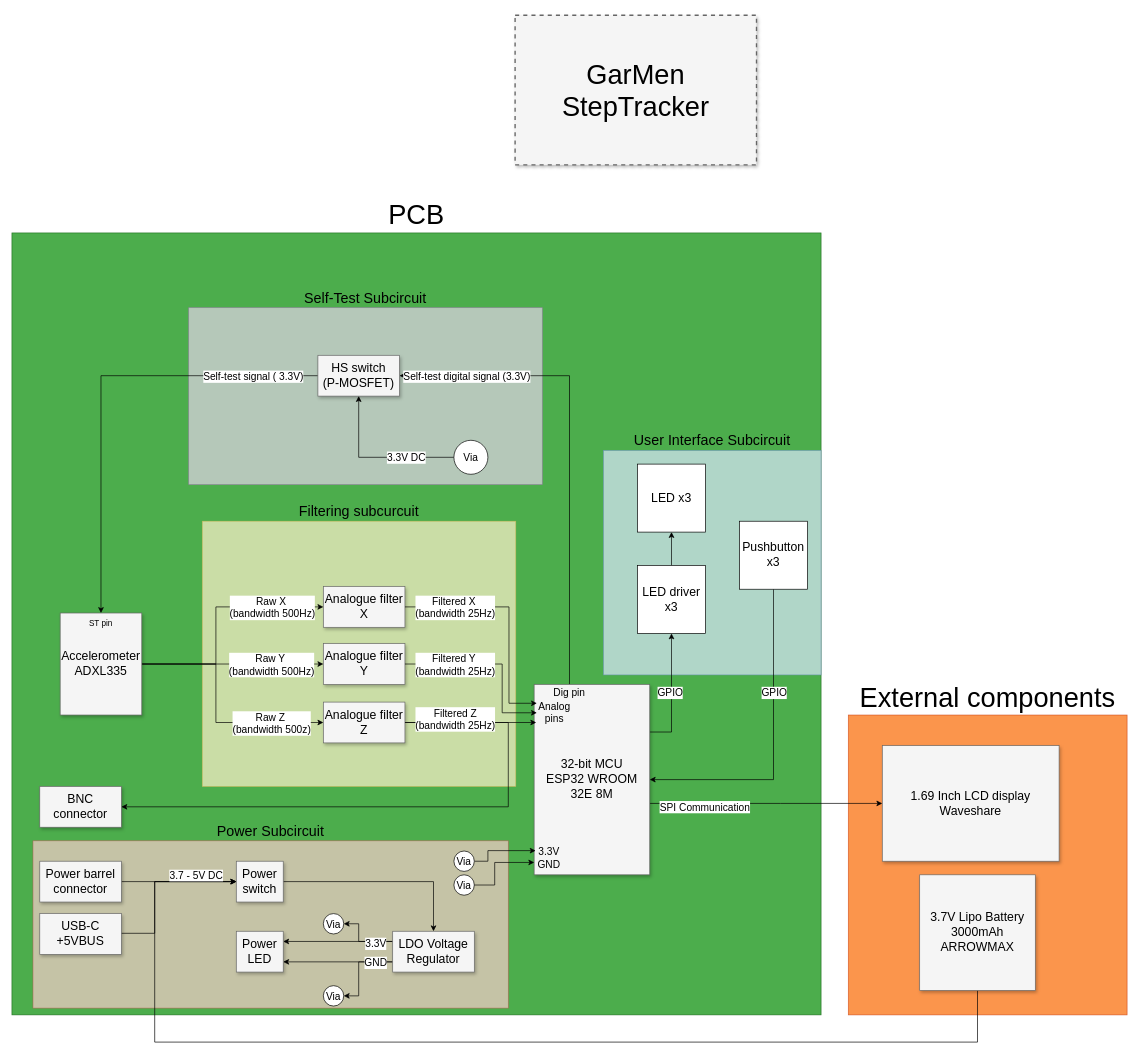
LazarevMike/GarMen_StepTracker keeps this draw.io diagram as Diagrams/GarMen Block Diagram Chip.drawio. Above is the earlier version. Source tidied: cells renumbered, new cells numbered last; positions are measured from the earlier drawing's top-left corner, leaving out a move shared by most shapes. Both pictures are drawn from the tidied source at 68%, with x=0, y=0 at pixel (12, 15).
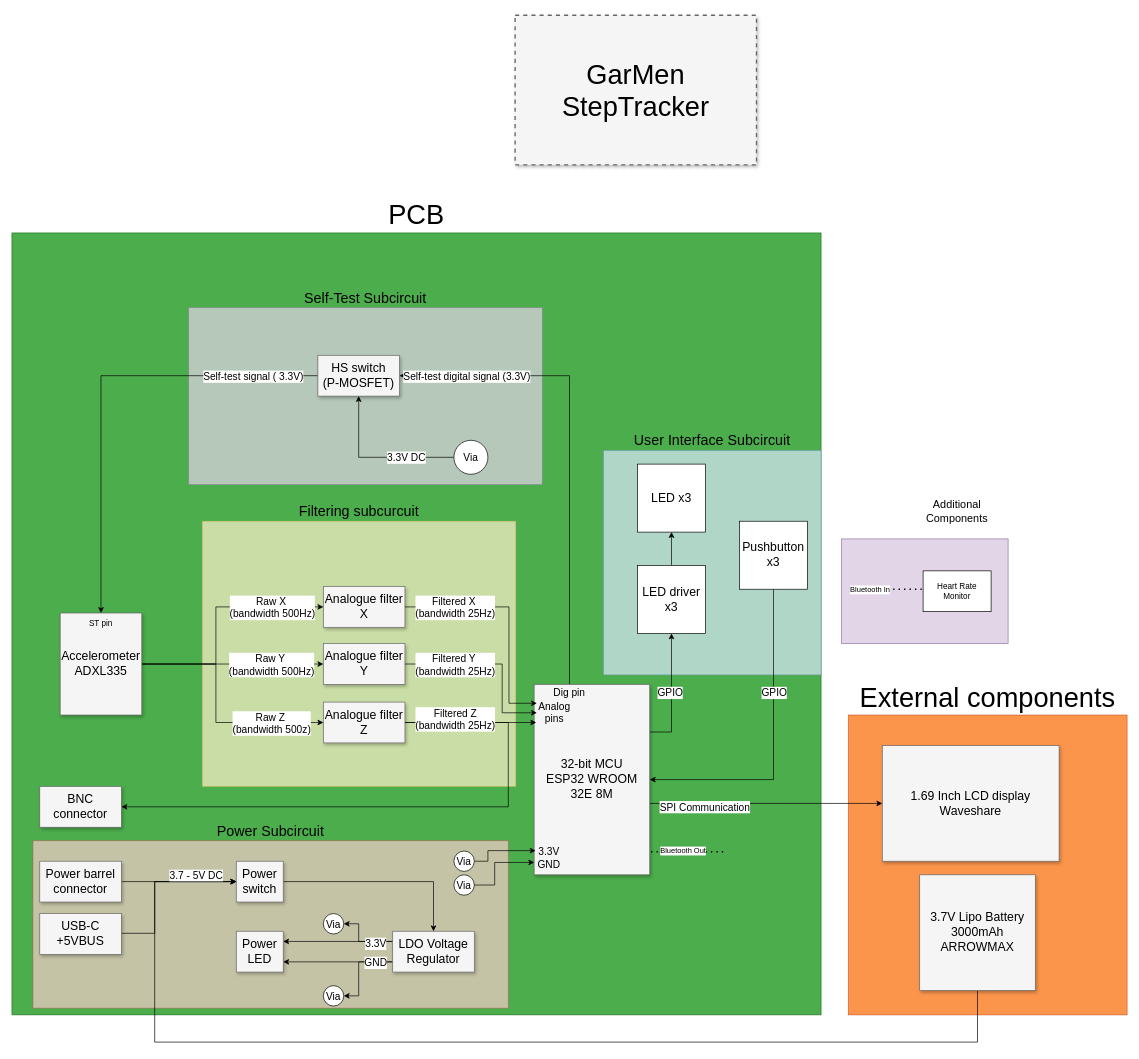
After the change.

Commit message (it also covers changes not shown here):
Updated block diagrams

What changed in the source:
```diff
@@
+    <mxCell id="74" style="rounded=0;whiteSpace=wrap;html=1;fillColor=#e1d5e7;strokeColor=#9673a6;" parent="1" vertex="1">
+      <mxGeometry x="1220" y="770" width="245" height="154" as="geometry" />
+    </mxCell>
+    <mxCell id="75" value="&lt;font style=&quot;font-size: 16px;&quot;&gt;Additional&lt;/font&gt;&lt;div&gt;&lt;font style=&quot;font-size: 16px;&quot;&gt;Components&lt;/font&gt;&lt;/div&gt;" style="text;html=1;align=center;verticalAlign=middle;whiteSpace=wrap;rounded=0;" parent="1" vertex="1">
+      <mxGeometry x="1360" y="714" width="60" height="30" as="geometry" />
+    </mxCell>
+    <mxCell id="76" value="Heart Rate Monitor" style="rounded=0;whiteSpace=wrap;html=1;" parent="1" vertex="1">
+      <mxGeometry x="1340" y="817" width="100" height="60" as="geometry" />
+    </mxCell>
+    <mxCell id="77" style="endArrow=none;dashed=1;html=1;dashPattern=1 3;strokeWidth=2;rounded=0;" parent="1" edge="1">
+      <mxGeometry relative="1" as="geometry">
+        <mxPoint x="1240" y="844" as="sourcePoint" />
+        <mxPoint x="1340" y="844" as="targetPoint" />
+      </mxGeometry>
+    </mxCell>
+    <mxCell id="78" value="Bluetooth In" style="edgeLabel;html=1;align=center;verticalAlign=middle;" parent="77" vertex="1">
+      <mxGeometry x="-0.85" relative="1" as="geometry">
+        <mxPoint x="13" as="offset" />
+      </mxGeometry>
+    </mxCell>
+    <mxCell id="79" style="endArrow=none;dashed=1;html=1;dashPattern=1 3;strokeWidth=2;rounded=0;" parent="1" edge="1">
+      <mxGeometry relative="1" as="geometry">
+        <mxPoint x="940" y="1230" as="sourcePoint" />
+        <mxPoint x="1050" y="1230" as="targetPoint" />
+      </mxGeometry>
+    </mxCell>
+    <mxCell id="80" value="Bluetooth Out" style="edgeLabel;html=1;align=center;verticalAlign=middle;" parent="79" vertex="1">
+      <mxGeometry x="-0.17" y="2" relative="1" as="geometry" />
+    </mxCell>
```
